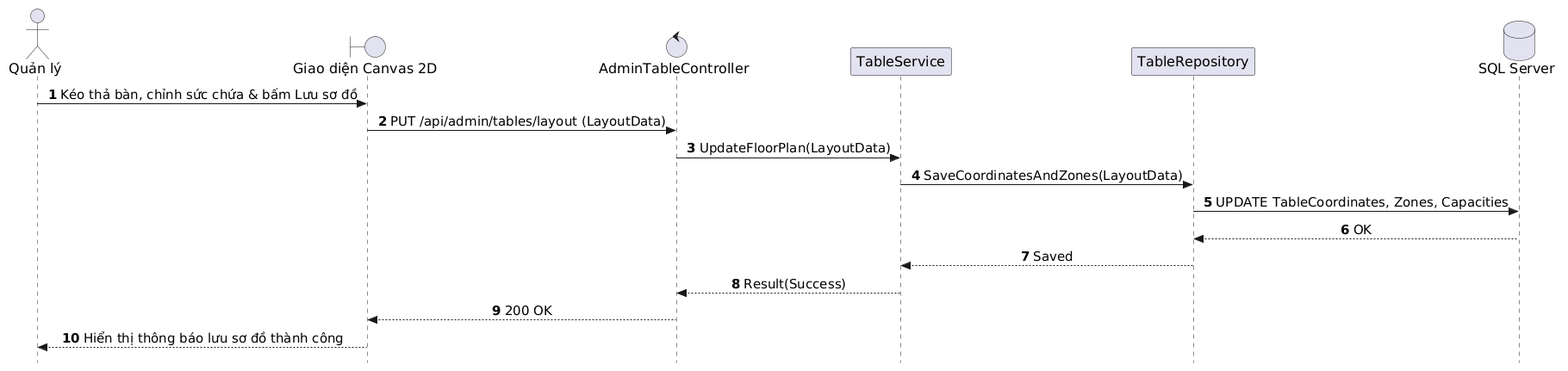
This is out/docs/puml/sequences/SD_UC_A2_Floor_Plan_Layout/SD_UC_A2_Floor_Plan_Layout.png from AndrewQng/VinDining, a PlantUML export, as it was before one commit. Its diagram source:
```plantuml
@startuml
autonumber
skinparam style strictuml
skinparam sequenceMessageAlign center
skinparam responseMessageBelowArrow true
skinparam defaultFontName "Segoe UI", Arial, sans-serif
skinparam defaultFontSize 16
skinparam sequenceActorFontSize 16
skinparam sequenceParticipantFontSize 16
skinparam sequenceArrowFontSize 15
skinparam sequenceGroupFontSize 15
skinparam sequenceGroupHeaderFontSize 15

actor "Quản lý" as Manager
boundary "Giao diện Canvas 2D" as UI
control "AdminTableController" as Controller
participant "TableService" as Service
participant "TableRepository" as Repo
database "SQL Server" as DB

Manager -> UI: Kéo thả bàn, chỉnh sức chứa & bấm Lưu sơ đồ
UI -> Controller: PUT /api/admin/tables/layout (LayoutData)
Controller -> Service: UpdateFloorPlan(LayoutData)
Service -> Repo: SaveCoordinatesAndZones(LayoutData)
Repo -> DB: UPDATE TableCoordinates, Zones, Capacities
DB --> Repo: OK
Repo --> Service: Saved
Service --> Controller: Result(Success)
Controller --> UI: 200 OK
UI --> Manager: Hiển thị thông báo lưu sơ đồ thành công
@enduml
```
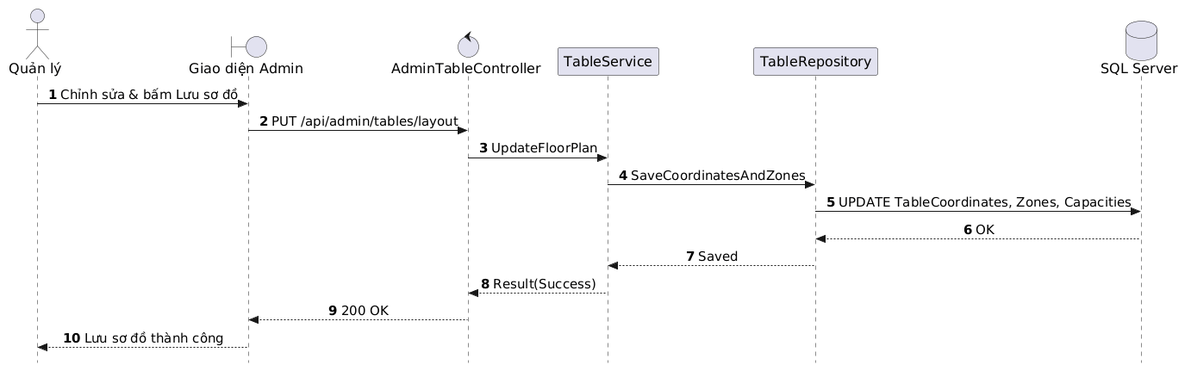
Later version of the same file.

Diff of the diagram source:
```diff
@@ -12,20 +12,20 @@
 skinparam sequenceGroupHeaderFontSize 15
 
 actor "Quản lý" as Manager
-boundary "Giao diện Canvas 2D" as UI
+boundary "Giao diện Admin" as UI
 control "AdminTableController" as Controller
 participant "TableService" as Service
 participant "TableRepository" as Repo
 database "SQL Server" as DB
 
-Manager -> UI: Kéo thả bàn, chỉnh sức chứa & bấm Lưu sơ đồ
-UI -> Controller: PUT /api/admin/tables/layout (LayoutData)
-Controller -> Service: UpdateFloorPlan(LayoutData)
-Service -> Repo: SaveCoordinatesAndZones(LayoutData)
+Manager -> UI: Chỉnh sửa & bấm Lưu sơ đồ
+UI -> Controller: PUT /api/admin/tables/layout
+Controller -> Service: UpdateFloorPlan
+Service -> Repo: SaveCoordinatesAndZones
 Repo -> DB: UPDATE TableCoordinates, Zones, Capacities
 DB --> Repo: OK
 Repo --> Service: Saved
 Service --> Controller: Result(Success)
 Controller --> UI: 200 OK
-UI --> Manager: Hiển thị thông báo lưu sơ đồ thành công
+UI --> Manager: Lưu sơ đồ thành công
 @enduml
```
